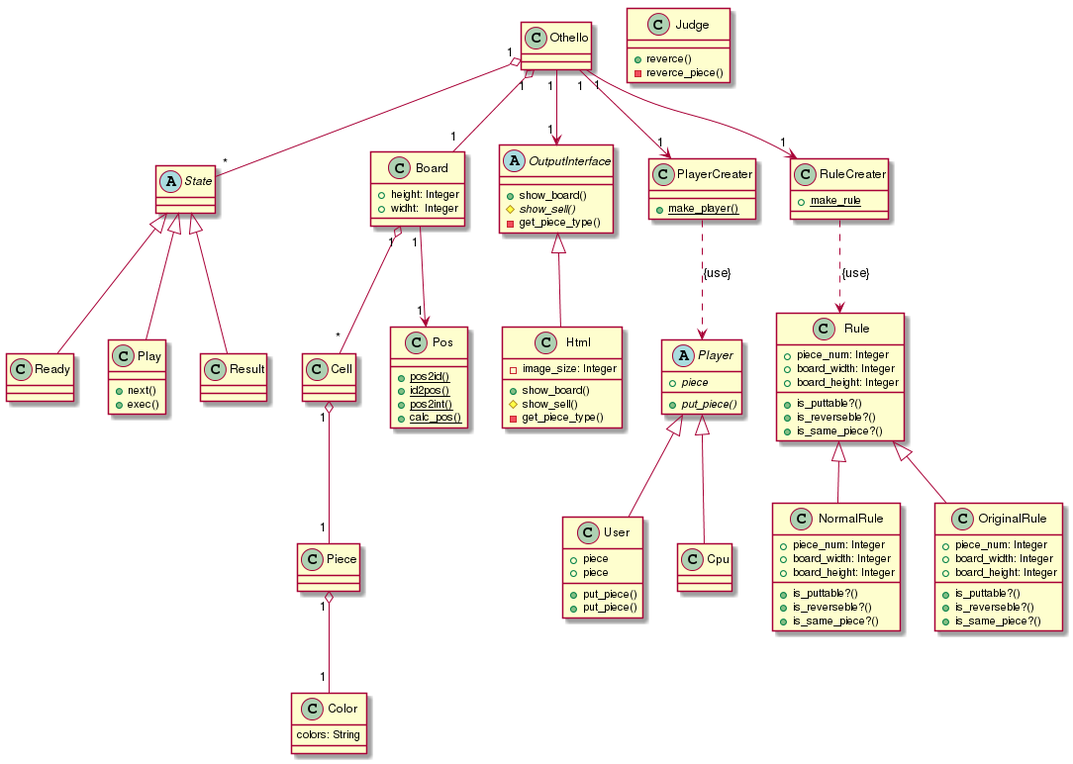
The PlantUML diagram uml/othello.png in MaxMEllon/AppBox, before a commit.
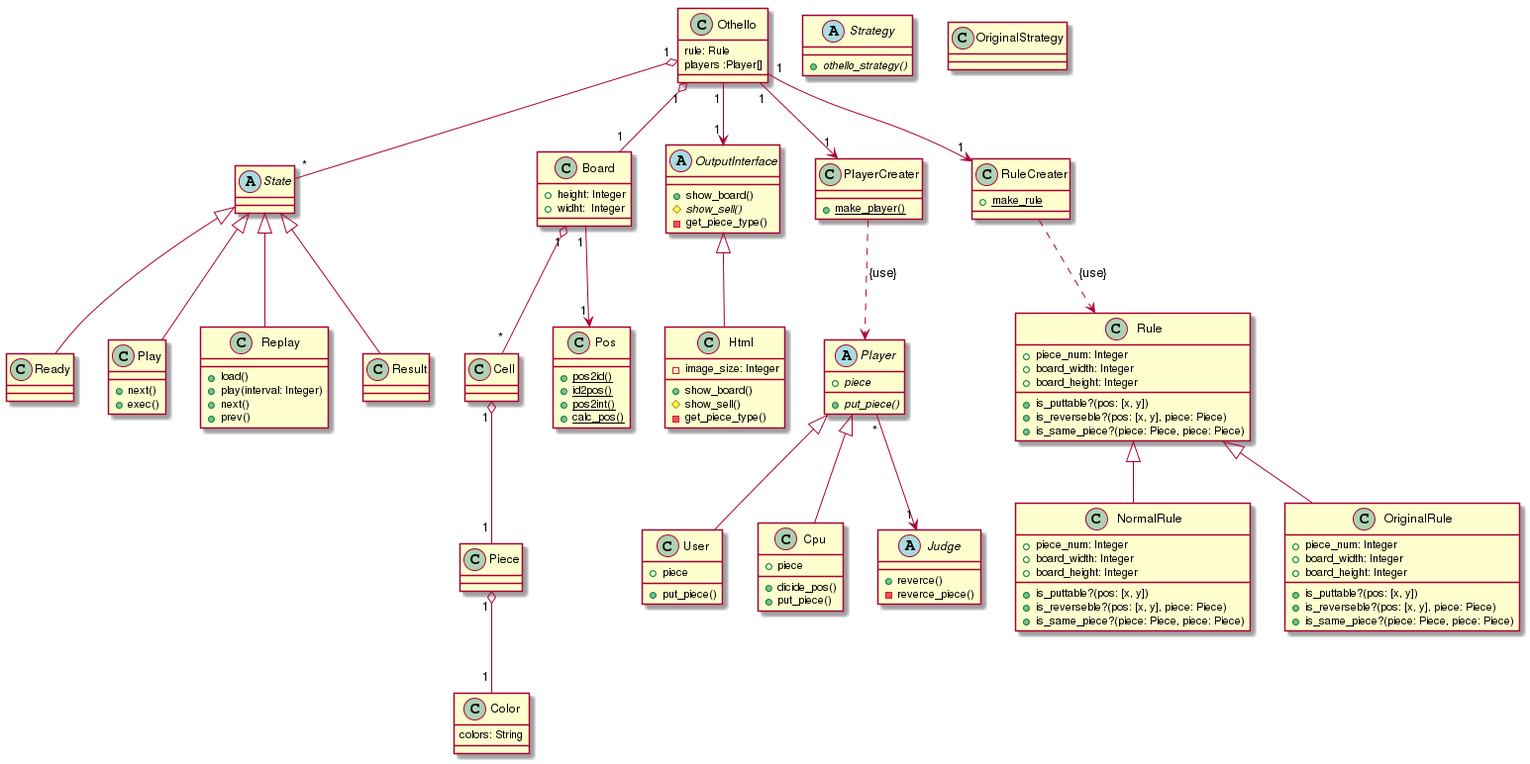
The same file after the commit.

The edit, as a diff of the source:
```diff
@@ -1,6 +1,8 @@
 @startuml{othello.png}
 
 class Othello {
+  rule: Rule
+  players :Player[]
 }
 
 abstract State {
@@ -39,6 +41,13 @@
   +exec()
 }
 
+class Replay {
+  +load()
+  +play(interval: Integer)
+  +next()
+  +prev()
+}
+
 class Result {
 }
 
@@ -60,21 +69,32 @@
   +{abstract} piece
   +{abstract} put_piece()
 }
-class User {
-  +piece
-  +put_piece()
-}
+
 class User {
   +piece
   +put_piece()
 }
 
-class Judge {
+class Cpu {
+  +piece
+  +dicide_pos()
+  +put_piece()
+}
+
+abstract Strategy {
+  +{abstract} othello_strategy()
+}
+class OriginalStrategy {
+
+}
+
+class PlayerCreater {
+  +{static} make_player()
+}
+
+abstract Judge {
   +reverce()
   -reverce_piece()
-}
-class PlayerCreater {
-  +{static} make_player()
 }
 
 class Rule {
@@ -82,9 +102,9 @@
   +board_width: Integer
   +board_height: Integer
 
-  +is_puttable?()
-  +is_reverseble?()
-  +is_same_piece?()
+  +is_puttable?(pos: [x, y])
+  +is_reverseble?(pos: [x, y], piece: Piece)
+  +is_same_piece?(piece: Piece, piece: Piece)
 }
 
 class NormalRule {
@@ -92,9 +112,9 @@
   +board_width: Integer
   +board_height: Integer
 
-  +is_puttable?()
-  +is_reverseble?()
-  +is_same_piece?()
+  +is_puttable?(pos: [x, y])
+  +is_reverseble?(pos: [x, y], piece: Piece)
+  +is_same_piece?(piece: Piece, piece: Piece)
 }
 
 class OriginalRule {
@@ -102,13 +122,15 @@
   +board_width: Integer
   +board_height: Integer
 
-  +is_puttable?()
-  +is_reverseble?()
-  +is_same_piece?()
+  +is_puttable?(pos: [x, y])
+  +is_reverseble?(pos: [x, y], piece: Piece)
+  +is_same_piece?(piece: Piece, piece: Piece)
 }
+
 class RuleCreater {
   +{static} make_rule
 }
+
 
 Othello "1" o-- "*" State
 Othello "1" --> "1" OutputInterface
@@ -118,6 +140,7 @@
 
 State <|-- Ready
 State <|-- Play
+State <|-- Replay
 State <|-- Result
 
 Board "1" --> "1" Pos
@@ -130,6 +153,7 @@
 PlayerCreater ..> Player : {use}
 Player <|-- User
 Player <|-- Cpu
+Player "*" --> "1" Judge
 
 Cell  "1" o-- "1" Piece
 Piece "1" o-- "1" Color
```
